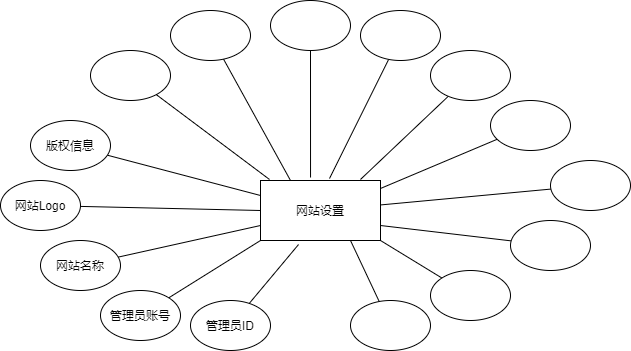
This is 网站设置实体E-R图.png from deepinsea/draw, a draw.io export, as it was before one commit. Source tidied: cells renumbered, new cells last; positions are measured from the earlier drawing's top-left corner, leaving out a move shared by most shapes.
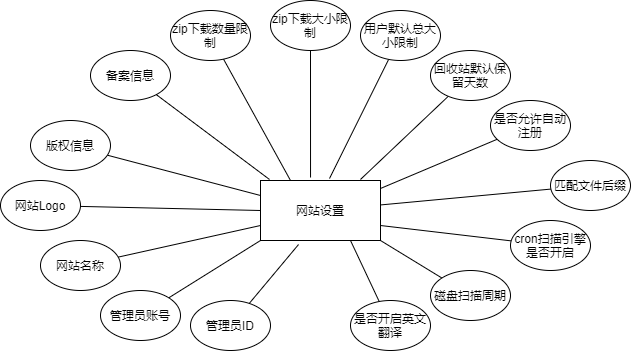
Later version of the same file.

Commit message:
更新网站设置实体E-R图.png

Change to the diagram source:
```diff
@@ -8,7 +8,7 @@
     <mxCell id="3" style="edgeStyle=none;rounded=0;jettySize=auto;html=1;entryX=0.25;entryY=0;entryDx=0;entryDy=0;endArrow=none;endFill=0;" parent="1" edge="1" source="4" target="2">
       <mxGeometry relative="1" as="geometry" />
     </mxCell>
-    <mxCell id="4" style="ellipse;whiteSpace=wrap;html=1;" parent="1" vertex="1">
+    <mxCell id="4" value="zip下载数量限制" style="ellipse;whiteSpace=wrap;html=1;" parent="1" vertex="1">
       <mxGeometry x="170" y="10" width="80" height="50" as="geometry" />
     </mxCell>
     <mxCell id="5" style="edgeStyle=none;rounded=0;jettySize=auto;html=1;entryX=0;entryY=0.25;entryDx=0;entryDy=0;endArrow=none;endFill=0;" parent="1" edge="1" source="6" target="2">
@@ -26,7 +26,7 @@
     <mxCell id="9" style="edgeStyle=none;rounded=0;jettySize=auto;html=1;entryX=0.075;entryY=-0.017;entryDx=0;entryDy=0;entryPerimeter=0;endArrow=none;endFill=0;" parent="1" edge="1" source="10" target="2">
       <mxGeometry relative="1" as="geometry" />
     </mxCell>
-    <mxCell id="10" style="ellipse;whiteSpace=wrap;html=1;" parent="1" vertex="1">
+    <mxCell id="10" value="备案信息" style="ellipse;whiteSpace=wrap;html=1;" parent="1" vertex="1">
       <mxGeometry x="90" y="50" width="80" height="50" as="geometry" />
     </mxCell>
     <mxCell id="11" style="edgeStyle=none;rounded=0;jettySize=auto;html=1;entryX=0;entryY=0.5;entryDx=0;entryDy=0;endArrow=none;endFill=0;" parent="1" edge="1" source="12" target="2">
@@ -50,49 +50,49 @@
     <mxCell id="17" style="edgeStyle=none;rounded=0;jettySize=auto;html=1;entryX=0.417;entryY=-0.05;entryDx=0;entryDy=0;entryPerimeter=0;endArrow=none;endFill=0;" parent="1" edge="1" source="18" target="2">
       <mxGeometry relative="1" as="geometry" />
     </mxCell>
-    <mxCell id="18" style="ellipse;whiteSpace=wrap;html=1;" parent="1" vertex="1">
+    <mxCell id="18" value="zip下载大小限制" style="ellipse;whiteSpace=wrap;html=1;" parent="1" vertex="1">
       <mxGeometry x="270" width="80" height="50" as="geometry" />
     </mxCell>
     <mxCell id="19" style="edgeStyle=none;rounded=0;jettySize=auto;html=1;entryX=0.575;entryY=-0.033;entryDx=0;entryDy=0;entryPerimeter=0;endArrow=none;endFill=0;" parent="1" edge="1" source="20" target="2">
       <mxGeometry relative="1" as="geometry" />
     </mxCell>
-    <mxCell id="20" style="ellipse;whiteSpace=wrap;html=1;" parent="1" vertex="1">
+    <mxCell id="20" value="用户默认总大小限制" style="ellipse;whiteSpace=wrap;html=1;" parent="1" vertex="1">
       <mxGeometry x="360" y="10" width="80" height="50" as="geometry" />
     </mxCell>
     <mxCell id="21" style="edgeStyle=none;rounded=0;jettySize=auto;html=1;entryX=0.833;entryY=-0.017;entryDx=0;entryDy=0;entryPerimeter=0;endArrow=none;endFill=0;" parent="1" edge="1" source="22" target="2">
       <mxGeometry relative="1" as="geometry" />
     </mxCell>
-    <mxCell id="22" style="ellipse;whiteSpace=wrap;html=1;" parent="1" vertex="1">
+    <mxCell id="22" value="回收站默认保留天数" style="ellipse;whiteSpace=wrap;html=1;" parent="1" vertex="1">
       <mxGeometry x="430" y="50" width="80" height="50" as="geometry" />
     </mxCell>
     <mxCell id="23" style="edgeStyle=none;rounded=0;jettySize=auto;html=1;entryX=1;entryY=0.133;entryDx=0;entryDy=0;entryPerimeter=0;endArrow=none;endFill=0;" parent="1" edge="1" source="24" target="2">
       <mxGeometry relative="1" as="geometry" />
     </mxCell>
-    <mxCell id="24" style="ellipse;whiteSpace=wrap;html=1;" parent="1" vertex="1">
+    <mxCell id="24" value="是否允许自动注册" style="ellipse;whiteSpace=wrap;html=1;" parent="1" vertex="1">
       <mxGeometry x="490" y="100" width="80" height="50" as="geometry" />
     </mxCell>
     <mxCell id="25" style="edgeStyle=none;rounded=0;jettySize=auto;html=1;endArrow=none;endFill=0;" parent="1" edge="1" source="26" target="2">
       <mxGeometry relative="1" as="geometry" />
     </mxCell>
-    <mxCell id="26" style="ellipse;whiteSpace=wrap;html=1;" parent="1" vertex="1">
+    <mxCell id="26" value="匹配文件后缀" style="ellipse;whiteSpace=wrap;html=1;" parent="1" vertex="1">
       <mxGeometry x="550" y="160" width="80" height="50" as="geometry" />
     </mxCell>
     <mxCell id="27" style="edgeStyle=none;rounded=0;jettySize=auto;html=1;entryX=1;entryY=0.75;entryDx=0;entryDy=0;endArrow=none;endFill=0;" parent="1" edge="1" source="28" target="2">
       <mxGeometry relative="1" as="geometry" />
     </mxCell>
-    <mxCell id="28" style="ellipse;whiteSpace=wrap;html=1;" parent="1" vertex="1">
+    <mxCell id="28" value="cron扫描引擎是否开启" style="ellipse;whiteSpace=wrap;html=1;" parent="1" vertex="1">
       <mxGeometry x="510" y="220" width="80" height="50" as="geometry" />
     </mxCell>
     <mxCell id="29" style="edgeStyle=none;rounded=0;jettySize=auto;html=1;entryX=1;entryY=1;entryDx=0;entryDy=0;endArrow=none;endFill=0;" parent="1" edge="1" source="30" target="2">
       <mxGeometry relative="1" as="geometry" />
     </mxCell>
-    <mxCell id="30" style="ellipse;whiteSpace=wrap;html=1;" parent="1" vertex="1">
+    <mxCell id="30" value="磁盘扫描周期" style="ellipse;whiteSpace=wrap;html=1;" parent="1" vertex="1">
       <mxGeometry x="430" y="270" width="80" height="50" as="geometry" />
     </mxCell>
     <mxCell id="31" style="edgeStyle=none;rounded=0;jettySize=auto;html=1;entryX=0.75;entryY=1;entryDx=0;entryDy=0;endArrow=none;endFill=0;" parent="1" edge="1" source="32" target="2">
       <mxGeometry relative="1" as="geometry" />
     </mxCell>
-    <mxCell id="32" style="ellipse;whiteSpace=wrap;html=1;" parent="1" vertex="1">
+    <mxCell id="32" value="是否开启英文翻译" style="ellipse;whiteSpace=wrap;html=1;" parent="1" vertex="1">
       <mxGeometry x="350" y="300" width="80" height="50" as="geometry" />
     </mxCell>
   </root>
```
